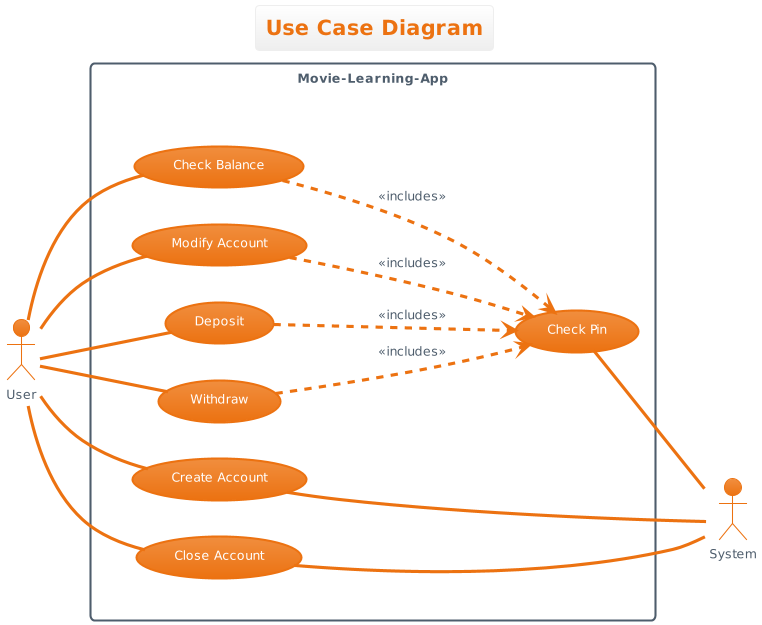
Above: UML/USE-CASE Diagram.png in ifte1/Bank-Management (PlantUML), before the change.
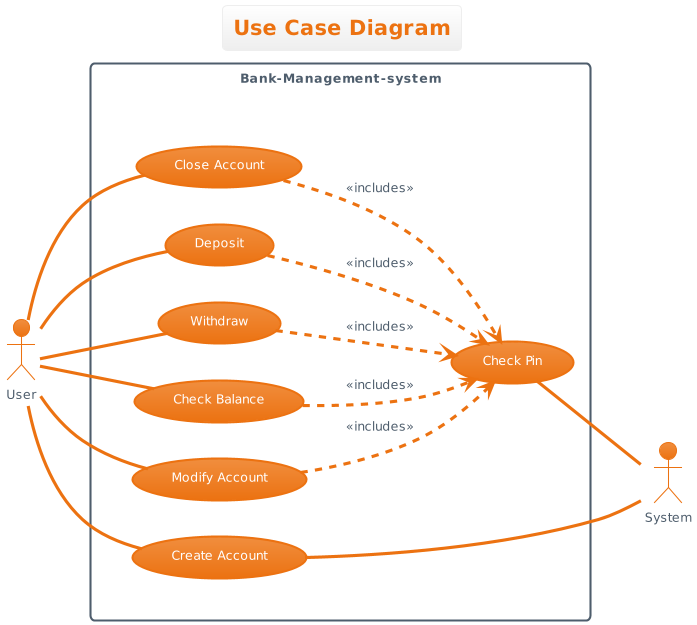
After the change.

Commit message:
Use case diagram updated

Change to the diagram source:
```diff
@@ -9,13 +9,13 @@
 actor User
 actor System
 
-rectangle Movie-Learning-App {
+rectangle Bank-Management-system {
     together {
     (Create Account) as CA
     (Deposit) as DP
     (Withdraw) as WD
     (Check Balance) as CB
-    (Modify Account) as MA
+    (Modify Account) as MACC
     (Close Account) as CACC
     }
     (Check Pin) as CP
@@ -26,14 +26,12 @@
 User -- WD
 User -- CB
 User -- CACC
-User -- MA
-
-CB .-> CP : <<includes>>
-DP .--> CP : <<includes>>
-WD .--> CP : <<includes>>
-MA .--> CP : <<includes>>
-
-CACC -- System
+User -- MACC
 CP -- System
 CA -- System
+DP .-> CP : <<includes>>
+WD .-> CP : <<includes>>
+CB .-> CP : <<includes>>
+MACC .-> CP : <<includes>>
+CACC .-> CP : <<includes>>
 @enduml
```
